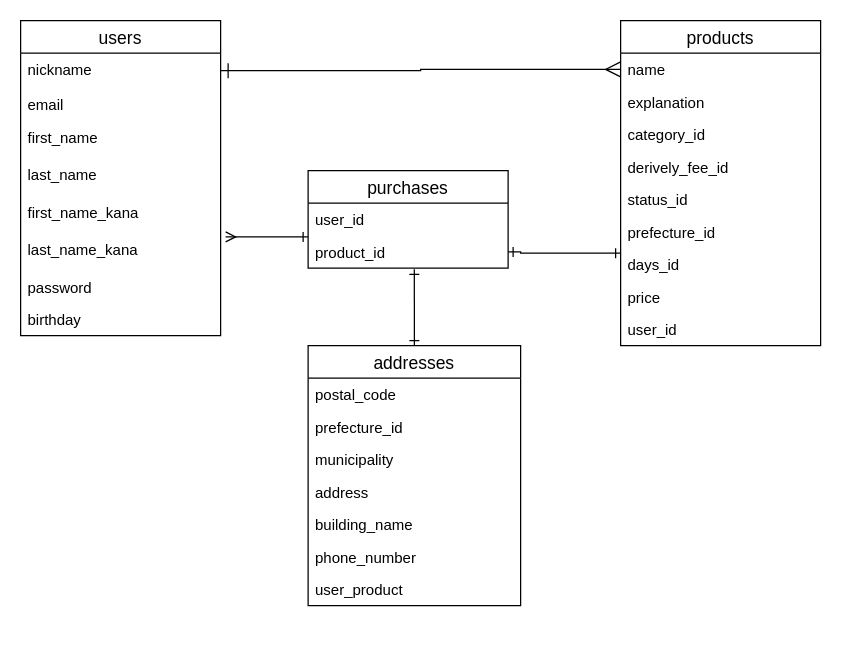
Above: er.dio in kiiii8r/furima_29728 (draw.io), before the change. Source tidied: cells renumbered, new cells numbered last; positions are measured from the earlier drawing's top-left corner, leaving out a move shared by most shapes. Both pictures are drawn from the tidied source at 125%, with x=0, y=0 at pixel (20, 20).
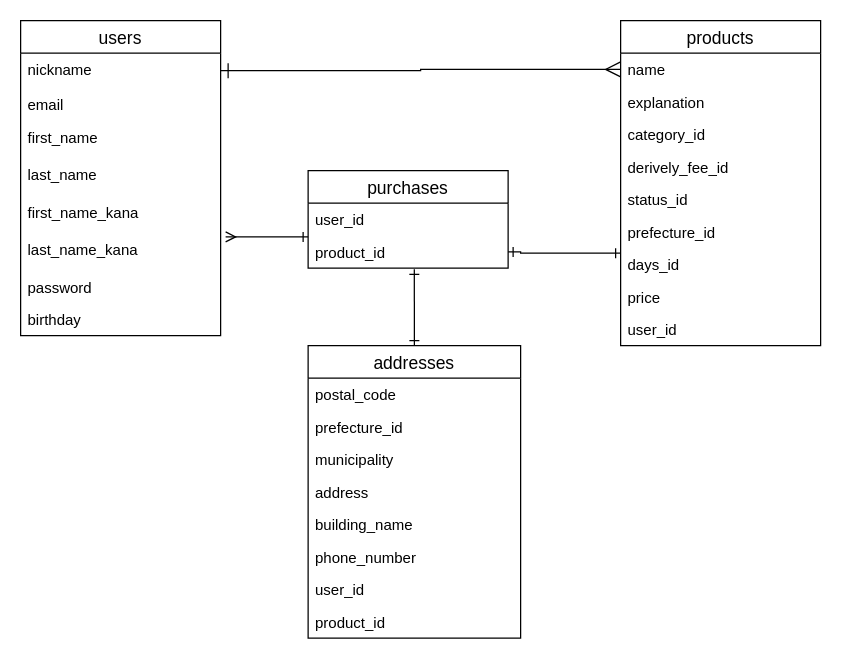
The same diagram, later.

The edit, as a diff of the source:
```diff
@@
     <mxCell id="24" value="addresses" style="swimlane;fontStyle=0;horizontal=1;startSize=26;align=center;fontSize=14;swimlaneFillColor=none;" parent="1" vertex="1">
-      <mxGeometry x="230" y="260" width="170" height="208" as="geometry" />
+      <mxGeometry x="230" y="260" width="170" height="234" as="geometry" />
     </mxCell>
@@
-    <mxCell id="31" value="user_product" style="text;strokeColor=none;fillColor=none;spacingLeft=4;spacingRight=4;overflow=hidden;fontSize=12;" parent="24" vertex="1">
+    <mxCell id="31" value="user_id" style="text;strokeColor=none;fillColor=none;spacingLeft=4;spacingRight=4;overflow=hidden;fontSize=12;" parent="24" vertex="1">
       <mxGeometry y="182" width="170" height="26" as="geometry" />
     </mxCell>
+    <mxCell id="37" value="product_id" style="text;strokeColor=none;fillColor=none;spacingLeft=4;spacingRight=4;overflow=hidden;fontSize=12;" parent="24" vertex="1">
+      <mxGeometry y="208" width="170" height="26" as="geometry" />
+    </mxCell>
```
